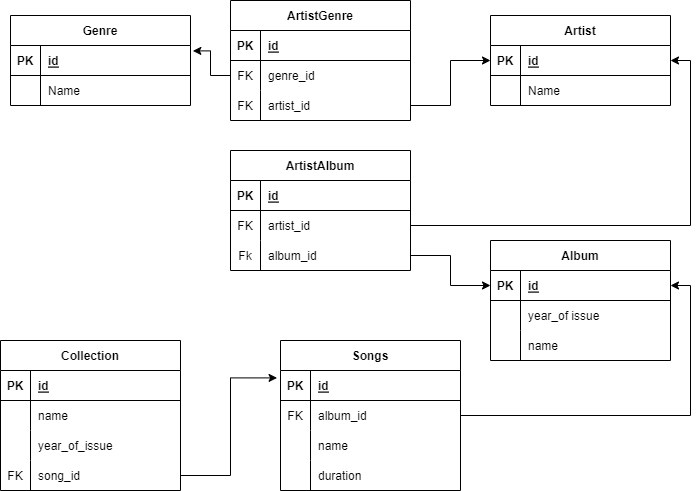
Before: Scheme_2.png, a diagram exported from draw.io (IrinaT87/DB). Source tidied: cells renumbered, new cells last; positions are measured from the earlier drawing's top-left corner, leaving out a move shared by most shapes.
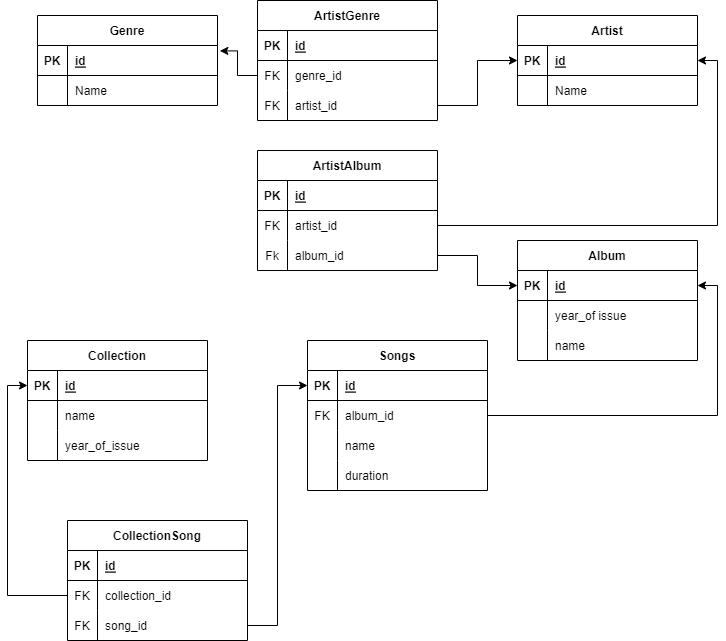
The same diagram one commit later.

Change to the diagram source:
```diff
@@ -84,7 +84,7 @@
       <mxGeometry x="30" width="150" height="30" as="geometry" />
     </mxCell>
     <mxCell id="29" value="Collection" style="shape=table;startSize=30;rowLines=0;fontStyle=1;align=center;" parent="1" vertex="1">
-      <mxGeometry y="340" width="180" height="150" as="geometry" />
+      <mxGeometry y="340" width="180" height="120" as="geometry" />
     </mxCell>
     <mxCell id="30" style="shape=tableRow;horizontal=0;startSize=0;swimlaneHead=0;swimlaneBody=0;fillColor=none;points=[[0,0.5],[1,0.5]];portConstraint=eastwest;top=0;left=0;right=0;bottom=1;" parent="29" vertex="1">
       <mxGeometry y="30" width="180" height="30" as="geometry" />
@@ -113,18 +113,6 @@
     <mxCell id="38" value="year_of_issue" style="shape=partialRectangle;fillColor=none;top=0;left=0;bottom=0;right=0;align=left;spacingLeft=6;overflow=hidden;" parent="36" vertex="1">
       <mxGeometry x="30" width="150" height="30" as="geometry" />
     </mxCell>
-    <mxCell id="39" style="shape=tableRow;horizontal=0;startSize=0;swimlaneHead=0;swimlaneBody=0;fillColor=none;points=[[0,0.5],[1,0.5]];portConstraint=eastwest;top=0;left=0;right=0;bottom=0;" parent="29" vertex="1">
-      <mxGeometry y="120" width="180" height="30" as="geometry" />
-    </mxCell>
-    <mxCell id="40" value="FK" style="shape=partialRectangle;fillColor=none;top=0;left=0;bottom=0;right=0;overflow=hidden;" parent="39" vertex="1">
-      <mxGeometry width="30" height="30" as="geometry" />
-    </mxCell>
-    <mxCell id="41" value="song_id" style="shape=partialRectangle;fillColor=none;top=0;left=0;bottom=0;right=0;align=left;spacingLeft=6;overflow=hidden;" parent="39" vertex="1">
-      <mxGeometry x="30" width="150" height="30" as="geometry" />
-    </mxCell>
-    <mxCell id="42" style="edgeStyle=orthogonalEdgeStyle;rounded=0;jettySize=auto;html=1;entryX=-0.019;entryY=0.247;entryDx=0;entryDy=0;entryPerimeter=0;" parent="1" edge="1" source="39" target="17">
-      <mxGeometry relative="1" as="geometry" />
-    </mxCell>
     <mxCell id="43" value="ArtistGenre" style="shape=table;startSize=30;rowLines=0;fontStyle=1;align=center;" parent="1" vertex="1">
       <mxGeometry x="230" width="180" height="120" as="geometry" />
     </mxCell>
@@ -230,5 +218,41 @@
     <mxCell id="77" style="edgeStyle=orthogonalEdgeStyle;rounded=0;jettySize=auto;html=1;entryX=1;entryY=0.5;entryDx=0;entryDy=0;" parent="1" edge="1" source="20" target="67">
       <mxGeometry relative="1" as="geometry" />
     </mxCell>
+    <mxCell id="78" value="CollectionSong" style="shape=table;startSize=30;rowLines=0;fontStyle=1;align=center;" parent="1" vertex="1">
+      <mxGeometry x="40" y="520" width="180" height="120" as="geometry" />
+    </mxCell>
+    <mxCell id="79" style="shape=tableRow;horizontal=0;startSize=0;swimlaneHead=0;swimlaneBody=0;fillColor=none;top=0;left=0;right=0;bottom=1;" parent="78" vertex="1">
+      <mxGeometry y="30" width="180" height="30" as="geometry" />
+    </mxCell>
+    <mxCell id="80" value="PK" style="shape=partialRectangle;fillColor=none;top=0;left=0;bottom=0;right=0;fontStyle=1;overflow=hidden;" parent="79" vertex="1">
+      <mxGeometry width="30" height="30" as="geometry" />
+    </mxCell>
+    <mxCell id="81" value="id" style="shape=partialRectangle;fillColor=none;top=0;left=0;bottom=0;right=0;align=left;spacingLeft=6;fontStyle=5;overflow=hidden;" parent="79" vertex="1">
+      <mxGeometry x="30" width="150" height="30" as="geometry" />
+    </mxCell>
+    <mxCell id="82" style="shape=tableRow;horizontal=0;startSize=0;swimlaneHead=0;swimlaneBody=0;fillColor=none;points=[[0,0.5],[1,0.5]];portConstraint=eastwest;top=0;left=0;right=0;bottom=0;" parent="78" vertex="1">
+      <mxGeometry y="60" width="180" height="30" as="geometry" />
+    </mxCell>
+    <mxCell id="83" value="FK" style="shape=partialRectangle;fillColor=none;top=0;left=0;bottom=0;right=0;overflow=hidden;" parent="82" vertex="1">
+      <mxGeometry width="30" height="30" as="geometry" />
+    </mxCell>
+    <mxCell id="84" value="collection_id" style="shape=partialRectangle;fillColor=none;top=0;left=0;bottom=0;right=0;align=left;spacingLeft=6;overflow=hidden;" parent="82" vertex="1">
+      <mxGeometry x="30" width="150" height="30" as="geometry" />
+    </mxCell>
+    <mxCell id="85" style="shape=tableRow;horizontal=0;startSize=0;swimlaneHead=0;swimlaneBody=0;fillColor=none;points=[[0,0.5],[1,0.5]];portConstraint=eastwest;top=0;left=0;right=0;bottom=0;" parent="78" vertex="1">
+      <mxGeometry y="90" width="180" height="30" as="geometry" />
+    </mxCell>
+    <mxCell id="86" value="FK" style="shape=partialRectangle;fillColor=none;top=0;left=0;bottom=0;right=0;overflow=hidden;" parent="85" vertex="1">
+      <mxGeometry width="30" height="30" as="geometry" />
+    </mxCell>
+    <mxCell id="41" value="song_id" style="shape=partialRectangle;fillColor=none;top=0;left=0;bottom=0;right=0;align=left;spacingLeft=6;overflow=hidden;" parent="85" vertex="1">
+      <mxGeometry x="30" width="150" height="30" as="geometry" />
+    </mxCell>
+    <mxCell id="87" style="edgeStyle=orthogonalEdgeStyle;rounded=0;jettySize=auto;html=1;exitX=0;exitY=0.5;exitDx=0;exitDy=0;entryX=0;entryY=0.5;entryDx=0;entryDy=0;" parent="1" edge="1" source="82" target="30">
+      <mxGeometry relative="1" as="geometry" />
+    </mxCell>
+    <mxCell id="88" style="edgeStyle=orthogonalEdgeStyle;rounded=0;jettySize=auto;html=1;entryX=0;entryY=0.5;entryDx=0;entryDy=0;" parent="1" edge="1" source="85" target="17">
+      <mxGeometry relative="1" as="geometry" />
+    </mxCell>
   </root>
 </mxGraphModel>
```
